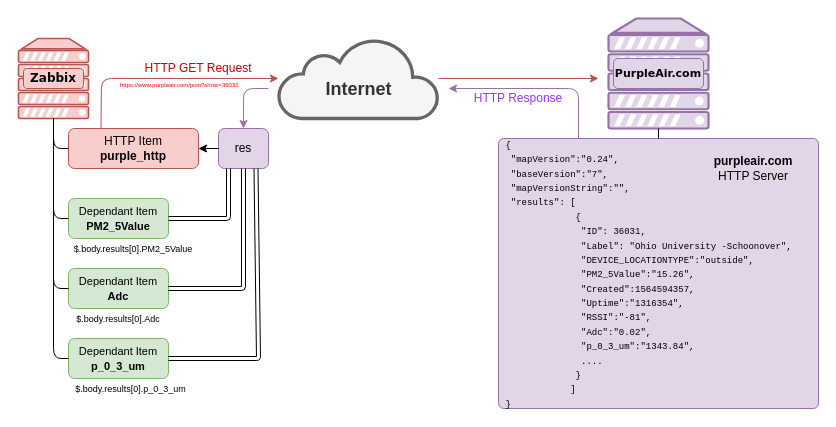
Earlier version of the draw.io diagram page "Page-1" (1 of 3) of images/data_collection.drawio (billybuehl792/Ohio-University-Green-Roof-Data-Tools). Source tidied: cells renumbered, new cells numbered last; positions are measured from the earlier drawing's top-left corner, leaving out a move shared by most shapes. Both pictures are drawn from the tidied source at 100%, with x=0, y=0 at pixel (18, 18).
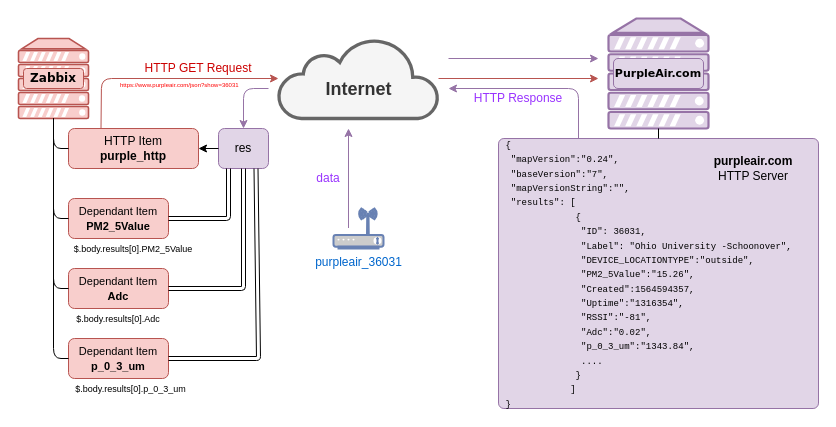
Above is the later version.

Diff of the diagram source:
```diff
@@
-    <mxCell id="8" value="&lt;font style=&quot;font-size: 11px&quot;&gt;Dependant Item&lt;br&gt;&lt;b&gt;PM2_5Value&lt;/b&gt;&lt;br&gt;&lt;/font&gt;" style="rounded=1;whiteSpace=wrap;html=1;fillColor=#d5e8d4;strokeColor=#82b366;" parent="1" vertex="1">
+    <mxCell id="8" value="&lt;font style=&quot;font-size: 11px&quot;&gt;Dependant Item&lt;br&gt;&lt;b&gt;PM2_5Value&lt;/b&gt;&lt;br&gt;&lt;/font&gt;" style="rounded=1;whiteSpace=wrap;html=1;fillColor=#f8cecc;strokeColor=#b85450;" parent="1" vertex="1">
       <mxGeometry x="50" y="180" width="100" height="40" as="geometry" />
     </mxCell>
@@
-    <mxCell id="14" value="&lt;font style=&quot;font-size: 11px&quot;&gt;Dependant Item&lt;br&gt;&lt;b&gt;Adc&lt;/b&gt;&lt;br&gt;&lt;/font&gt;" style="rounded=1;whiteSpace=wrap;html=1;fillColor=#d5e8d4;strokeColor=#82b366;" parent="1" vertex="1">
+    <mxCell id="14" value="&lt;font style=&quot;font-size: 11px&quot;&gt;Dependant Item&lt;br&gt;&lt;b&gt;Adc&lt;/b&gt;&lt;br&gt;&lt;/font&gt;" style="rounded=1;whiteSpace=wrap;html=1;fillColor=#f8cecc;strokeColor=#b85450;" parent="1" vertex="1">
       <mxGeometry x="50" y="250" width="100" height="40" as="geometry" />
     </mxCell>
@@
-    <mxCell id="16" value="&lt;font style=&quot;font-size: 11px&quot;&gt;Dependant Item&lt;br&gt;&lt;b&gt;p_0_3_um&lt;/b&gt;&lt;br&gt;&lt;/font&gt;" style="rounded=1;whiteSpace=wrap;html=1;fillColor=#d5e8d4;strokeColor=#82b366;" parent="1" vertex="1">
+    <mxCell id="16" value="&lt;font style=&quot;font-size: 11px&quot;&gt;Dependant Item&lt;br&gt;&lt;b&gt;p_0_3_um&lt;/b&gt;&lt;br&gt;&lt;/font&gt;" style="rounded=1;whiteSpace=wrap;html=1;fillColor=#f8cecc;strokeColor=#b85450;" parent="1" vertex="1">
       <mxGeometry x="50" y="320" width="100" height="40" as="geometry" />
     </mxCell>
@@
+    <mxCell id="33" value="purpleair_36031" style="fontColor=#0066CC;verticalAlign=top;verticalLabelPosition=bottom;labelPosition=center;align=center;html=1;fillColor=#CCCCCC;strokeColor=#6881B3;gradientColor=none;gradientDirection=north;strokeWidth=2;shape=mxgraph.networks.wireless_modem;" parent="1" vertex="1">
+      <mxGeometry x="315" y="190" width="50" height="40" as="geometry" />
+    </mxCell>
+    <mxCell id="34" style="endArrow=classic;html=1;fillColor=#e1d5e7;strokeColor=#9673a6;" parent="1" edge="1">
+      <mxGeometry relative="1" as="geometry">
+        <mxPoint x="330" y="209.5" as="sourcePoint" />
+        <mxPoint x="330" y="110" as="targetPoint" />
+      </mxGeometry>
+    </mxCell>
+    <mxCell id="35" value="&lt;font color=&quot;#9933ff&quot;&gt;data&lt;/font&gt;" style="text;html=1;strokeColor=none;fillColor=none;align=center;verticalAlign=middle;whiteSpace=wrap;rounded=0;" parent="1" vertex="1">
+      <mxGeometry x="290" y="150" width="40" height="20" as="geometry" />
+    </mxCell>
+    <mxCell id="36" style="endArrow=classic;html=1;fillColor=#e1d5e7;strokeColor=#9673a6;" parent="1" edge="1">
+      <mxGeometry relative="1" as="geometry">
+        <mxPoint x="430" y="40" as="sourcePoint" />
+        <mxPoint x="580" y="40" as="targetPoint" />
+      </mxGeometry>
+    </mxCell>
```
